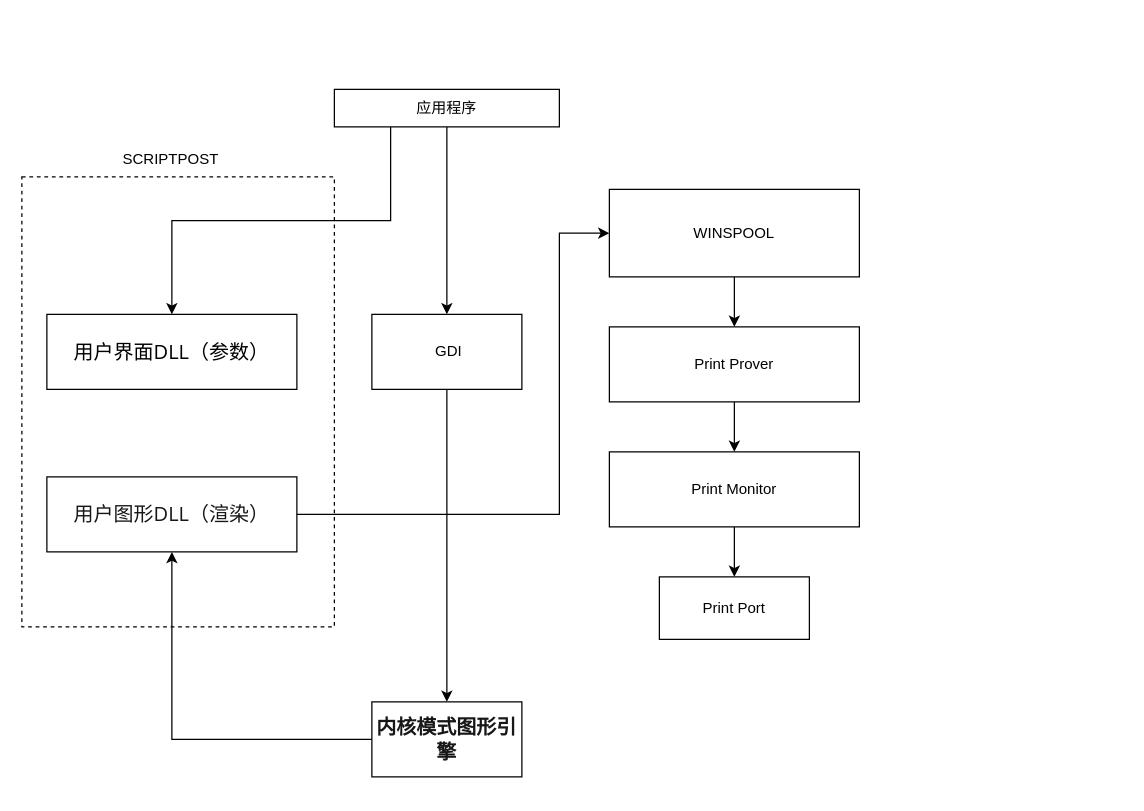
This is 未命名绘图.drawio from Lightbxx/UML, a draw.io file, before an edit. Source tidied: cells renumbered, new cells numbered last; positions are measured from the earlier drawing's top-left corner, leaving out a move shared by most shapes. Both pictures are drawn from the tidied source at 125%, with x=0, y=0 at pixel (21, 89).
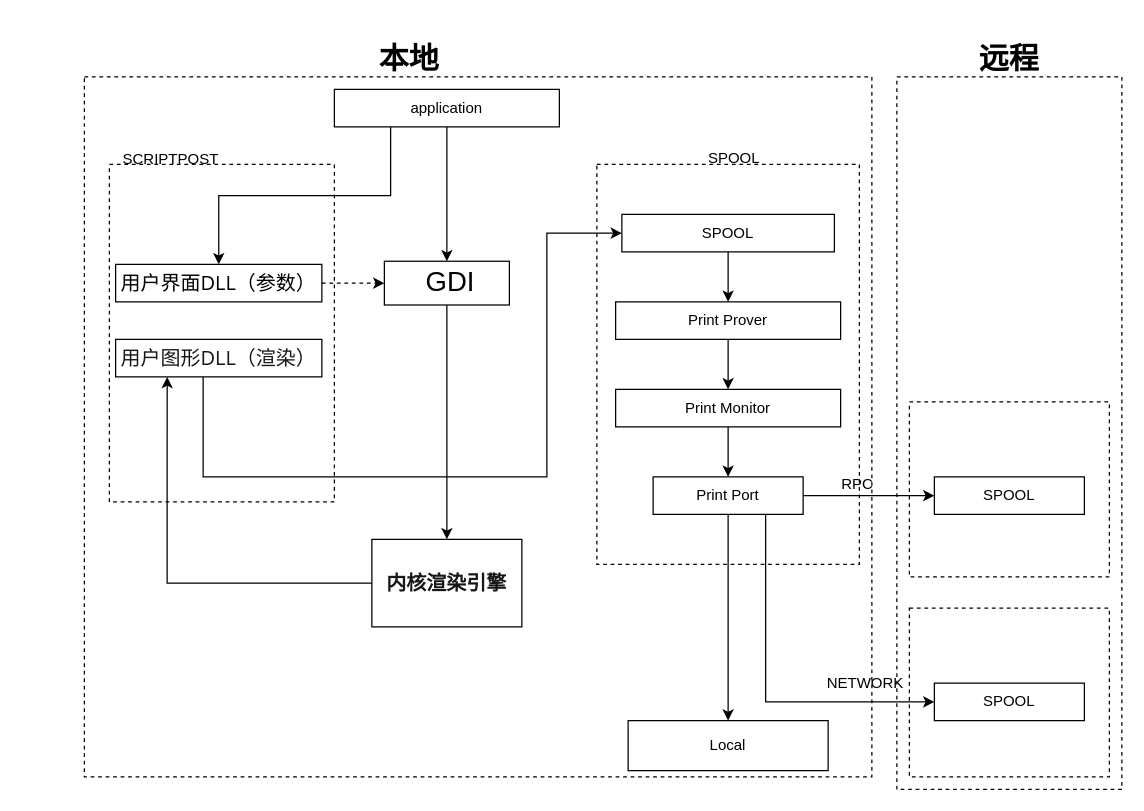
After the change.

Commit message:
更新未命名绘图.drawio

Diff of the diagram source:
```diff
@@
+    <mxCell id="21" style="rounded=0;whiteSpace=wrap;html=1;dashed=1;strokeWidth=1;fontColor=#000000;fillColor=none;" parent="1" vertex="1">
+      <mxGeometry x="700" y="-10" width="180" height="570" as="geometry" />
+    </mxCell>
+    <mxCell id="22" style="rounded=0;whiteSpace=wrap;html=1;strokeWidth=1;fontColor=#000000;fillColor=none;dashed=1;" parent="1" vertex="1">
+      <mxGeometry x="50" y="-10" width="630" height="560" as="geometry" />
+    </mxCell>
@@
-    <mxCell id="3" value="应用程序" style="rounded=0;whiteSpace=wrap;html=1;" parent="1" vertex="1">
+    <mxCell id="3" value="application" style="rounded=0;whiteSpace=wrap;html=1;" parent="1" vertex="1">
       <mxGeometry x="250" width="180" height="30" as="geometry" />
     </mxCell>
@@
-    <mxCell id="5" value="&amp;nbsp;GDI" style="rounded=0;whiteSpace=wrap;html=1;" parent="1" vertex="1">
-      <mxGeometry x="280" y="180" width="120" height="60" as="geometry" />
+    <mxCell id="5" value="&amp;nbsp;GDI" style="rounded=0;whiteSpace=wrap;html=1;fontSize=22;" parent="1" vertex="1">
+      <mxGeometry x="290" y="137.5" width="100" height="35" as="geometry" />
     </mxCell>
@@
-    <mxCell id="7" style="edgeStyle=orthogonalEdgeStyle;rounded=0;jettySize=auto;html=1;entryX=0.5;entryY=1;entryDx=0;entryDy=0;" parent="1" edge="1" source="8" target="12">
+    <mxCell id="7" style="edgeStyle=orthogonalEdgeStyle;rounded=0;jettySize=auto;html=1;exitX=0;exitY=0.5;exitDx=0;exitDy=0;entryX=0.25;entryY=1;entryDx=0;entryDy=0;fontColor=#000000;" parent="1" edge="1" source="8" target="12">
       <mxGeometry relative="1" as="geometry" />
     </mxCell>
-    <mxCell id="8" value="&lt;span style=&quot;box-sizing: inherit; outline-color: inherit; font-weight: 600; color: rgb(23, 23, 23); font-family: &amp;quot;Segoe UI&amp;quot;, SegoeUI, &amp;quot;Helvetica Neue&amp;quot;, Helvetica, Arial, sans-serif; font-size: 16px; text-align: start; background-color: rgb(255, 255, 255);&quot;&gt;内核模式图形引擎&lt;/span&gt;" style="rounded=0;whiteSpace=wrap;html=1;" parent="1" vertex="1">
-      <mxGeometry x="280" y="490" width="120" height="60" as="geometry" />
+    <mxCell id="8" value="&lt;div style=&quot;text-align: start;&quot;&gt;&lt;font face=&quot;Segoe UI, SegoeUI, Helvetica Neue, Helvetica, Arial, sans-serif&quot; color=&quot;#171717&quot;&gt;&lt;span style=&quot;font-size: 16px; background-color: rgb(255, 255, 255);&quot;&gt;&lt;b&gt;内核渲染引擎&lt;/b&gt;&lt;/span&gt;&lt;/font&gt;&lt;/div&gt;" style="rounded=0;whiteSpace=wrap;html=1;" parent="1" vertex="1">
+      <mxGeometry x="280" y="360" width="120" height="70" as="geometry" />
     </mxCell>
     <mxCell id="9" style="rounded=0;whiteSpace=wrap;html=1;dashed=1;fillColor=none;" parent="1" vertex="1">
-      <mxGeometry y="70" width="250" height="360" as="geometry" />
+      <mxGeometry x="70" y="60" width="180" height="270" as="geometry" />
     </mxCell>
+    <mxCell id="23" style="edgeStyle=orthogonalEdgeStyle;rounded=0;jettySize=auto;html=1;entryX=0;entryY=0.5;entryDx=0;entryDy=0;fontColor=#000000;dashed=1;" parent="1" edge="1" source="10" target="5">
+      <mxGeometry relative="1" as="geometry" />
+    </mxCell>
     <mxCell id="10" value="&lt;font color=&quot;#000000&quot;&gt;&lt;span style=&quot;font-family: &amp;quot;Segoe UI&amp;quot;, SegoeUI, &amp;quot;Helvetica Neue&amp;quot;, Helvetica, Arial, sans-serif; font-size: 16px; text-align: start; background-color: rgb(255, 255, 255);&quot;&gt;用户界面DLL（参数）&lt;/span&gt;&lt;/font&gt;" style="rounded=0;whiteSpace=wrap;html=1;fillColor=none;" parent="1" vertex="1">
-      <mxGeometry x="20" y="180" width="200" height="60" as="geometry" />
+      <mxGeometry x="75" y="140" width="165" height="30" as="geometry" />
     </mxCell>
     <mxCell id="11" style="edgeStyle=orthogonalEdgeStyle;rounded=0;jettySize=auto;html=1;entryX=0;entryY=0.5;entryDx=0;entryDy=0;fontColor=#000000;" parent="1" edge="1" source="12" target="15">
       <mxGeometry relative="1" as="geometry">
         <Array as="points">
-          <mxPoint x="430" y="340" />
-          <mxPoint x="430" y="115" />
+          <mxPoint x="145" y="310" />
+          <mxPoint x="420" y="310" />
+          <mxPoint x="420" y="115" />
         </Array>
       </mxGeometry>
     </mxCell>
     <mxCell id="12" value="&lt;div style=&quot;text-align: start;&quot;&gt;&lt;font face=&quot;Segoe UI, SegoeUI, Helvetica Neue, Helvetica, Arial, sans-serif&quot; color=&quot;#171717&quot;&gt;&lt;span style=&quot;font-size: 16px; background-color: rgb(255, 255, 255);&quot;&gt;用户图形DLL（渲染）&lt;/span&gt;&lt;/font&gt;&lt;/div&gt;" style="rounded=0;whiteSpace=wrap;html=1;fillColor=none;" parent="1" vertex="1">
-      <mxGeometry x="20" y="310" width="200" height="60" as="geometry" />
+      <mxGeometry x="75" y="200" width="165" height="30" as="geometry" />
     </mxCell>
@@
-    <mxCell id="15" value="WINSPOOL" style="rounded=0;whiteSpace=wrap;html=1;fontColor=#000000;fillColor=none;" parent="1" vertex="1">
-      <mxGeometry x="470" y="80" width="200" height="70" as="geometry" />
+    <mxCell id="15" value="SPOOL" style="rounded=0;whiteSpace=wrap;html=1;fontColor=#000000;fillColor=none;" parent="1" vertex="1">
+      <mxGeometry x="480" y="100" width="170" height="30" as="geometry" />
     </mxCell>
@@
     <mxCell id="17" value="Print Prover" style="rounded=0;whiteSpace=wrap;html=1;fontColor=#000000;fillColor=none;" parent="1" vertex="1">
-      <mxGeometry x="470" y="190" width="200" height="60" as="geometry" />
+      <mxGeometry x="475" y="170" width="180" height="30" as="geometry" />
     </mxCell>
@@
     <mxCell id="19" value="Print Monitor" style="rounded=0;whiteSpace=wrap;html=1;strokeWidth=1;fontColor=#000000;fillColor=none;" parent="1" vertex="1">
-      <mxGeometry x="470" y="290" width="200" height="60" as="geometry" />
+      <mxGeometry x="475" y="240" width="180" height="30" as="geometry" />
     </mxCell>
+    <mxCell id="24" style="edgeStyle=orthogonalEdgeStyle;rounded=0;jettySize=auto;html=1;exitX=1;exitY=0.5;exitDx=0;exitDy=0;fontColor=#000000;" parent="1" edge="1" source="20" target="28">
+      <mxGeometry relative="1" as="geometry" />
+    </mxCell>
+    <mxCell id="25" style="edgeStyle=orthogonalEdgeStyle;rounded=0;jettySize=auto;html=1;fontColor=#000000;" parent="1" edge="1" source="20" target="33">
+      <mxGeometry relative="1" as="geometry" />
+    </mxCell>
+    <mxCell id="26" style="edgeStyle=orthogonalEdgeStyle;rounded=0;jettySize=auto;html=1;exitX=0.75;exitY=1;exitDx=0;exitDy=0;entryX=0;entryY=0.5;entryDx=0;entryDy=0;fontColor=#000000;" parent="1" edge="1" source="20" target="31">
+      <mxGeometry relative="1" as="geometry" />
+    </mxCell>
     <mxCell id="20" value="Print Port" style="rounded=0;whiteSpace=wrap;html=1;strokeWidth=1;fontColor=#000000;fillColor=none;" parent="1" vertex="1">
-      <mxGeometry x="510" y="390" width="120" height="50" as="geometry" />
+      <mxGeometry x="505" y="310" width="120" height="30" as="geometry" />
     </mxCell>
+    <mxCell id="27" style="rounded=0;whiteSpace=wrap;html=1;strokeWidth=1;fontColor=#000000;fillColor=none;dashed=1;" parent="1" vertex="1">
+      <mxGeometry x="710" y="250" width="160" height="140" as="geometry" />
+    </mxCell>
+    <mxCell id="28" value="SPOOL" style="rounded=0;whiteSpace=wrap;html=1;strokeWidth=1;fontColor=#000000;fillColor=none;" parent="1" vertex="1">
+      <mxGeometry x="730" y="310" width="120" height="30" as="geometry" />
+    </mxCell>
+    <mxCell id="29" value="RPC" style="text;strokeColor=none;fillColor=none;align=left;verticalAlign=middle;spacingLeft=4;spacingRight=4;overflow=hidden;strokeWidth=1;fontColor=#000000;" parent="1" vertex="1">
+      <mxGeometry x="650" y="300" width="60" height="30" as="geometry" />
+    </mxCell>
+    <mxCell id="30" style="rounded=0;whiteSpace=wrap;html=1;strokeWidth=1;fontColor=#000000;fillColor=none;dashed=1;" parent="1" vertex="1">
+      <mxGeometry x="710" y="415" width="160" height="135" as="geometry" />
+    </mxCell>
+    <mxCell id="31" value="SPOOL" style="rounded=0;whiteSpace=wrap;html=1;strokeWidth=1;fontColor=#000000;fillColor=none;" parent="1" vertex="1">
+      <mxGeometry x="730" y="475" width="120" height="30" as="geometry" />
+    </mxCell>
+    <mxCell id="32" value="NETWORK" style="text;html=1;strokeColor=none;fillColor=none;align=center;verticalAlign=middle;whiteSpace=wrap;rounded=0;strokeWidth=1;fontColor=#000000;" parent="1" vertex="1">
+      <mxGeometry x="645" y="460" width="60" height="30" as="geometry" />
+    </mxCell>
+    <mxCell id="33" value="Local" style="rounded=0;whiteSpace=wrap;html=1;strokeWidth=1;fontColor=#000000;fillColor=none;" parent="1" vertex="1">
+      <mxGeometry x="485" y="505" width="160" height="40" as="geometry" />
+    </mxCell>
+    <mxCell id="34" style="rounded=0;whiteSpace=wrap;html=1;dashed=1;strokeWidth=1;fontColor=#000000;fillColor=none;" parent="1" vertex="1">
+      <mxGeometry x="460" y="60" width="210" height="320" as="geometry" />
+    </mxCell>
+    <mxCell id="35" value="SPOOL" style="text;html=1;strokeColor=none;fillColor=none;align=center;verticalAlign=middle;whiteSpace=wrap;rounded=0;dashed=1;strokeWidth=1;fontColor=#000000;" parent="1" vertex="1">
+      <mxGeometry x="540" y="40" width="60" height="30" as="geometry" />
+    </mxCell>
+    <mxCell id="36" value="&lt;h1&gt;本地&lt;/h1&gt;" style="text;html=1;strokeColor=none;fillColor=none;align=center;verticalAlign=middle;whiteSpace=wrap;rounded=0;dashed=1;strokeWidth=1;fontColor=#000000;" parent="1" vertex="1">
+      <mxGeometry x="280" y="-39" width="60" height="30" as="geometry" />
+    </mxCell>
+    <mxCell id="37" value="&lt;h1&gt;远程&lt;/h1&gt;" style="text;html=1;strokeColor=none;fillColor=none;align=center;verticalAlign=middle;whiteSpace=wrap;rounded=0;dashed=1;strokeWidth=1;fontColor=#000000;" parent="1" vertex="1">
+      <mxGeometry x="760" y="-39" width="60" height="30" as="geometry" />
+    </mxCell>
```
